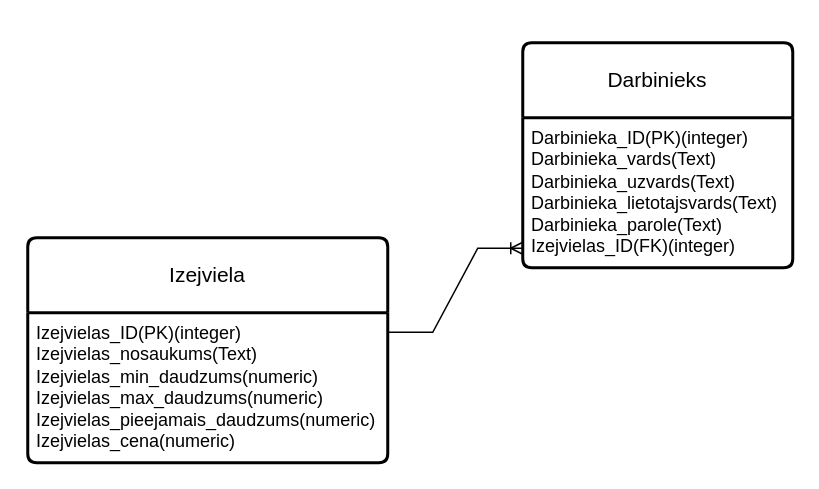
Before: inventerizacija_datubaze.drawio in EdzusB/EB_Inventerizacija, a draw.io diagram. Source tidied: cells renumbered, new cells numbered last; positions are measured from the earlier drawing's top-left corner, leaving out a move shared by most shapes. Both pictures are drawn from the tidied source at 150%, with x=0, y=0 at pixel (27, 42).
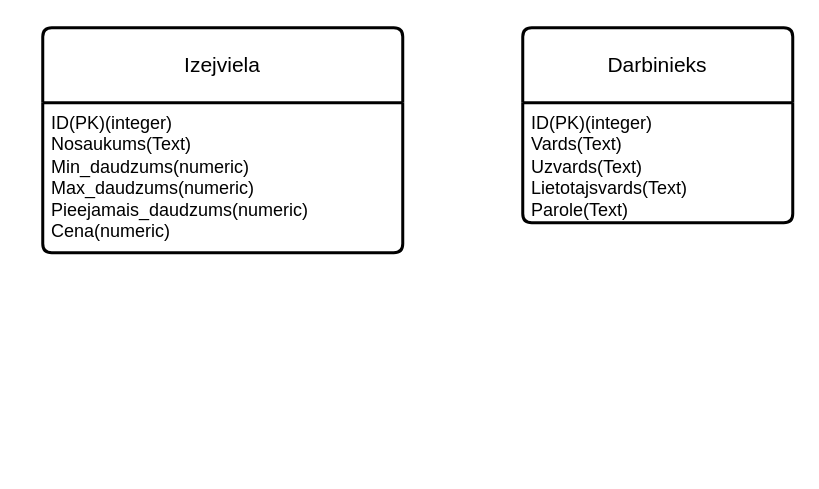
Above is the later version.

Change to the diagram source:
```diff
@@
 <mxGraphModel>
   <root>
     <mxCell id="0" />
     <mxCell id="1" parent="0" />
     <mxCell id="2" value="Darbinieks" style="swimlane;horizontal=1;startSize=50;rounded=1;fontSize=14;fontStyle=0;strokeWidth=2;shadow=0;dashed=0;align=center;arcSize=4;whiteSpace=wrap;html=1;" parent="1" vertex="1">
-      <mxGeometry x="330" width="180" height="150" as="geometry" />
+      <mxGeometry x="330" y="-10" width="180" height="130" as="geometry" />
     </mxCell>
-    <mxCell id="3" value="Darbinieka_ID(PK)(integer)&lt;br&gt;Darbinieka_vards(Text)&lt;br&gt;Darbinieka_uzvards(Text)&lt;br&gt;Darbinieka_lietotajsvards(Text)&lt;br&gt;Darbinieka_parole(Text)&lt;br&gt;Izejvielas_ID(FK)(integer)" style="align=left;strokeColor=none;fillColor=none;spacingLeft=4;fontSize=12;verticalAlign=top;html=1;" parent="2" vertex="1">
-      <mxGeometry y="50" width="180" height="100" as="geometry" />
+    <mxCell id="3" value="ID(PK)(integer)&lt;br&gt;Vards(Text)&lt;br&gt;Uzvards(Text)&lt;br&gt;Lietotajsvards(Text)&lt;br&gt;Parole(Text)" style="align=left;strokeColor=none;fillColor=none;spacingLeft=4;fontSize=12;verticalAlign=top;html=1;" parent="2" vertex="1">
+      <mxGeometry y="50" width="180" height="80" as="geometry" />
     </mxCell>
     <mxCell id="4" value="Izejviela" style="swimlane;horizontal=1;startSize=50;rounded=1;fontSize=14;fontStyle=0;strokeWidth=2;shadow=0;dashed=0;align=center;arcSize=4;whiteSpace=wrap;html=1;" parent="1" vertex="1">
-      <mxGeometry y="130" width="240" height="150" as="geometry" />
+      <mxGeometry x="10" y="-10" width="240" height="150" as="geometry" />
     </mxCell>
-    <mxCell id="5" value="Izejvielas_ID(PK)(integer)&lt;br&gt;Izejvielas_nosaukums(Text)&lt;br&gt;Izejvielas_min_daudzums(numeric)&lt;br&gt;Izejvielas_max_daudzums(numeric)&lt;br&gt;Izejvielas_pieejamais_daudzums(numeric)&lt;br&gt;Izejvielas_cena(numeric)" style="align=left;strokeColor=none;fillColor=none;spacingLeft=4;fontSize=12;verticalAlign=top;html=1;" parent="4" vertex="1">
+    <mxCell id="5" value="ID(PK)(integer)&lt;br&gt;Nosaukums(Text)&lt;br&gt;Min_daudzums(numeric)&lt;br&gt;Max_daudzums(numeric)&lt;br&gt;Pieejamais_daudzums(numeric)&lt;br&gt;Cena(numeric)" style="align=left;strokeColor=none;fillColor=none;spacingLeft=4;fontSize=12;verticalAlign=top;html=1;" parent="4" vertex="1">
       <mxGeometry y="50" width="240" height="100" as="geometry" />
     </mxCell>
-    <mxCell id="6" style="edgeStyle=entityRelationEdgeStyle;fontSize=12;html=1;endArrow=ERoneToMany;rounded=0;entryX=0;entryY=0.87;entryDx=0;entryDy=0;entryPerimeter=0;exitX=1;exitY=0.13;exitDx=0;exitDy=0;exitPerimeter=0;" parent="1" edge="1" source="5" target="3">
-      <mxGeometry relative="1" as="geometry" />
-    </mxCell>
   </root>
 </mxGraphModel>
```
